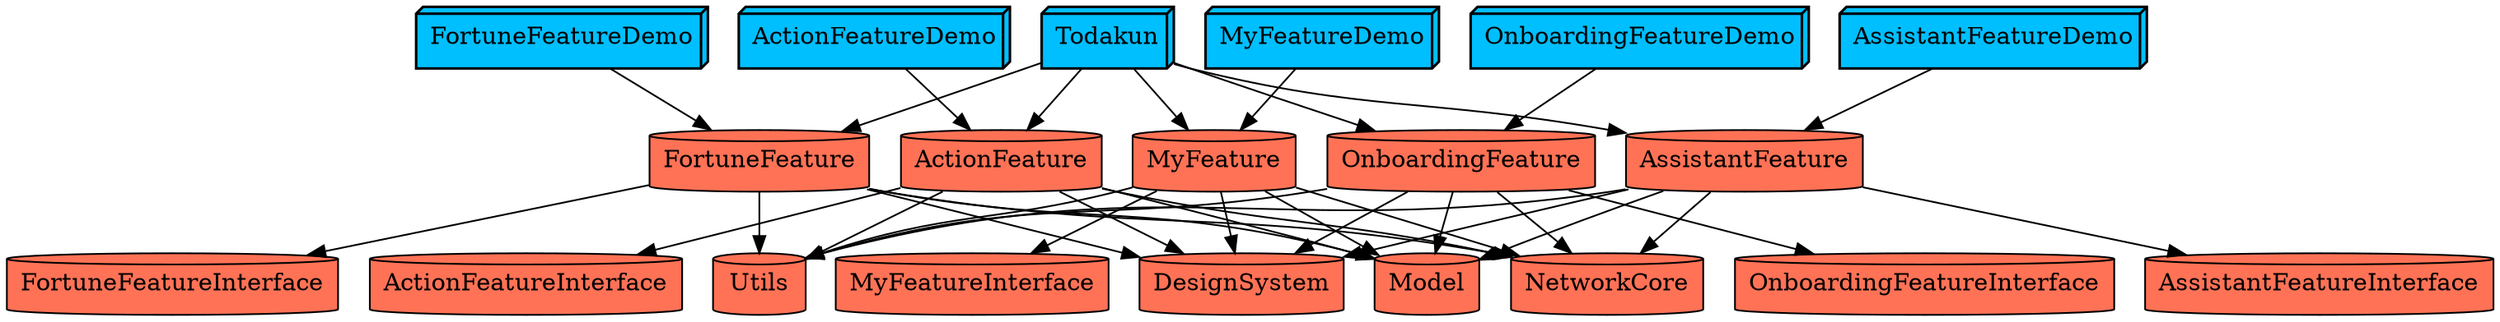
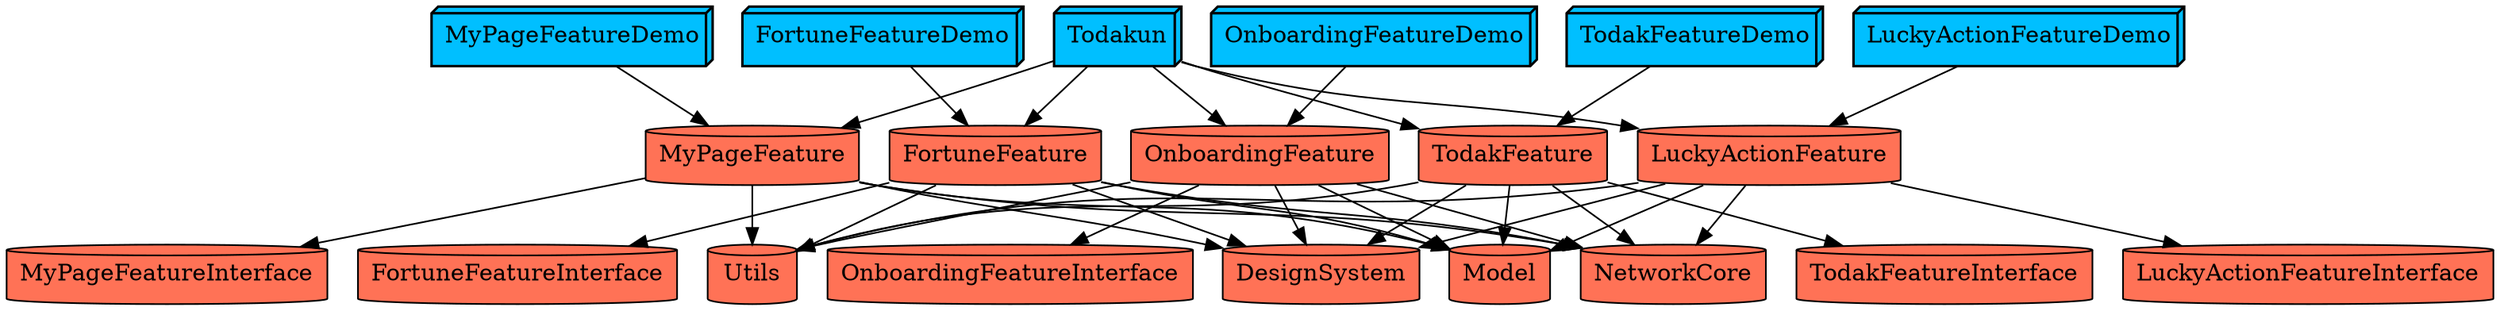
digraph {
-   ActionFeature -> ActionFeatureInterface
-   ActionFeature -> DesignSystem
-   ActionFeature -> Model
-   ActionFeature -> NetworkCore
-   ActionFeature -> Utils
-   ActionFeature [fillcolor=coral1 shape=cylinder style=filled]
-   ActionFeatureDemo -> ActionFeature
-   ActionFeatureDemo [fillcolor=deepskyblue penwidth="1.5" shape=box3d style=filled]
-   ActionFeatureInterface [fillcolor=coral1 shape=cylinder style=filled]
-   AssistantFeature -> AssistantFeatureInterface
-   AssistantFeature -> DesignSystem
-   AssistantFeature -> Model
-   AssistantFeature -> NetworkCore
-   AssistantFeature -> Utils
-   AssistantFeature [fillcolor=coral1 shape=cylinder style=filled]
-   AssistantFeatureDemo -> AssistantFeature
-   AssistantFeatureDemo [fillcolor=deepskyblue penwidth="1.5" shape=box3d style=filled]
-   AssistantFeatureInterface [fillcolor=coral1 shape=cylinder style=filled]
  DesignSystem [fillcolor=coral1 shape=cylinder style=filled]
  FortuneFeature -> DesignSystem
  FortuneFeature -> FortuneFeatureInterface
  FortuneFeature -> Model
  FortuneFeature -> NetworkCore
  FortuneFeature -> Utils
  FortuneFeature [fillcolor=coral1 shape=cylinder style=filled]
  FortuneFeatureDemo -> FortuneFeature
  FortuneFeatureDemo [fillcolor=deepskyblue penwidth="1.5" shape=box3d style=filled]
  FortuneFeatureInterface [fillcolor=coral1 shape=cylinder style=filled]
+   LuckyActionFeature -> DesignSystem
+   LuckyActionFeature -> LuckyActionFeatureInterface
+   LuckyActionFeature -> Model
+   LuckyActionFeature -> NetworkCore
+   LuckyActionFeature -> Utils
+   LuckyActionFeature [fillcolor=coral1 shape=cylinder style=filled]
+   LuckyActionFeatureDemo -> LuckyActionFeature
+   LuckyActionFeatureDemo [fillcolor=deepskyblue penwidth="1.5" shape=box3d style=filled]
+   LuckyActionFeatureInterface [fillcolor=coral1 shape=cylinder style=filled]
  Model [fillcolor=coral1 shape=cylinder style=filled]
-   MyFeature -> DesignSystem
-   MyFeature -> Model
-   MyFeature -> MyFeatureInterface
-   MyFeature -> NetworkCore
-   MyFeature -> Utils
-   MyFeature [fillcolor=coral1 shape=cylinder style=filled]
-   MyFeatureDemo -> MyFeature
-   MyFeatureDemo [fillcolor=deepskyblue penwidth="1.5" shape=box3d style=filled]
-   MyFeatureInterface [fillcolor=coral1 shape=cylinder style=filled]
+   MyPageFeature -> DesignSystem
+   MyPageFeature -> Model
+   MyPageFeature -> MyPageFeatureInterface
+   MyPageFeature -> NetworkCore
+   MyPageFeature -> Utils
+   MyPageFeature [fillcolor=coral1 shape=cylinder style=filled]
+   MyPageFeatureDemo -> MyPageFeature
+   MyPageFeatureDemo [fillcolor=deepskyblue penwidth="1.5" shape=box3d style=filled]
+   MyPageFeatureInterface [fillcolor=coral1 shape=cylinder style=filled]
  NetworkCore [fillcolor=coral1 shape=cylinder style=filled]
  OnboardingFeature -> DesignSystem
  OnboardingFeature -> Model
  OnboardingFeature -> NetworkCore
  OnboardingFeature -> OnboardingFeatureInterface
  OnboardingFeature -> Utils
  OnboardingFeature [fillcolor=coral1 shape=cylinder style=filled]
  OnboardingFeatureDemo -> OnboardingFeature
  OnboardingFeatureDemo [fillcolor=deepskyblue penwidth="1.5" shape=box3d style=filled]
  OnboardingFeatureInterface [fillcolor=coral1 shape=cylinder style=filled]
-   Todakun -> ActionFeature
-   Todakun -> AssistantFeature
+   TodakFeature -> DesignSystem
+   TodakFeature -> Model
+   TodakFeature -> NetworkCore
+   TodakFeature -> TodakFeatureInterface
+   TodakFeature -> Utils
+   TodakFeature [fillcolor=coral1 shape=cylinder style=filled]
+   TodakFeatureDemo -> TodakFeature
+   TodakFeatureDemo [fillcolor=deepskyblue penwidth="1.5" shape=box3d style=filled]
+   TodakFeatureInterface [fillcolor=coral1 shape=cylinder style=filled]
  Todakun -> FortuneFeature
-   Todakun -> MyFeature
+   Todakun -> LuckyActionFeature
+   Todakun -> MyPageFeature
  Todakun -> OnboardingFeature
+   Todakun -> TodakFeature
  Todakun [fillcolor=deepskyblue penwidth="1.5" shape=box3d style=filled]
  Utils [fillcolor=coral1 shape=cylinder style=filled]
}